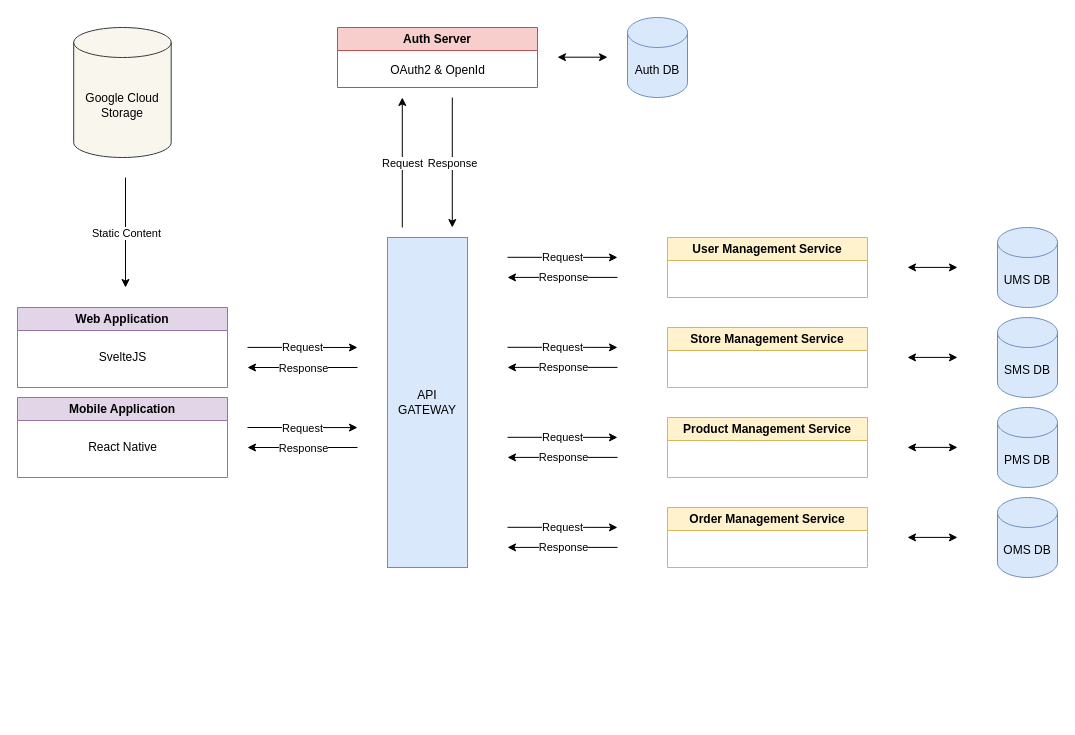
This is marketplace-diagram/MarketplaceApplication.drawio from AlibekAltynbek/draw.io, a draw.io file, before an edit. Source tidied: cells renumbered, new cells numbered last; positions are measured from the earlier drawing's top-left corner, leaving out a move shared by most shapes. Both pictures are drawn from the tidied source at 100%, with x=0, y=0 at pixel (17, 17).
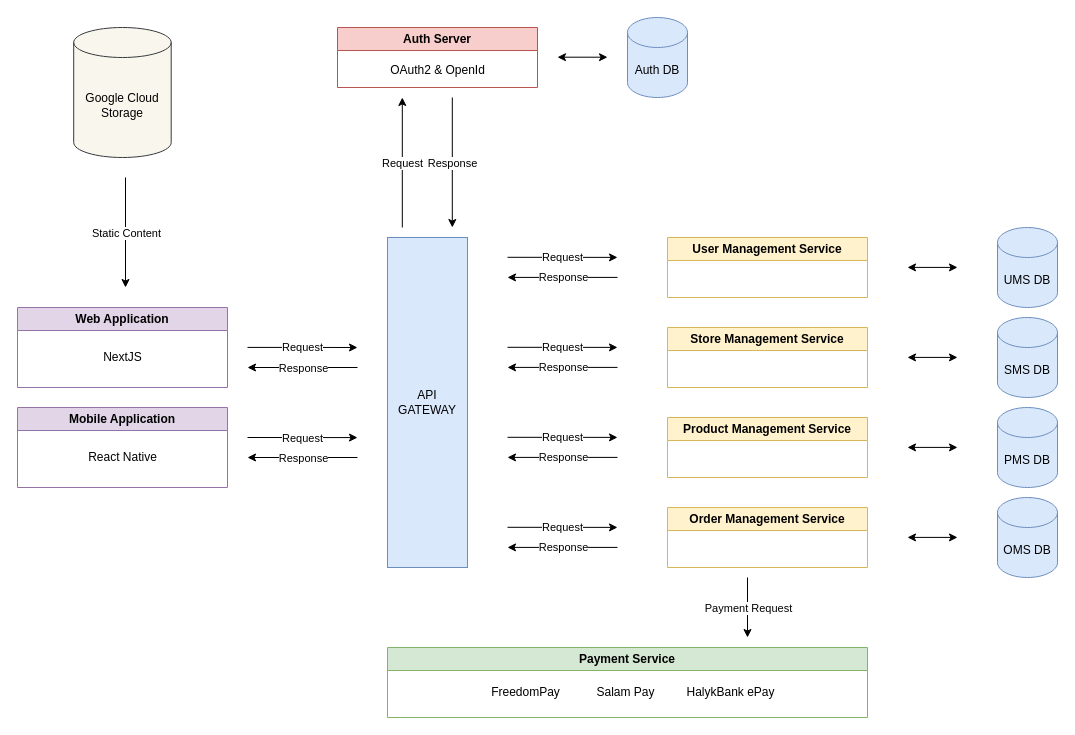
The same diagram, later.

Unchanged cells that the change refers to:
```xml
<mxCell id="2" value="Web Application" style="swimlane;whiteSpace=wrap;html=1;fillColor=#e1d5e7;strokeColor=#9673a6;" parent="1" vertex="1">
  <mxGeometry y="290" width="210" height="80" as="geometry" />
</mxCell>
```

What changed in the source:
```diff
@@
-    <mxCell id="3" value="SvelteJS" style="text;html=1;align=center;verticalAlign=middle;strokeColor=none;fillColor=none;" parent="2" vertex="1">
-      <mxGeometry x="70" y="35" width="70" height="30" as="geometry" />
+    <mxCell id="3" value="NextJS" style="text;html=1;align=center;verticalAlign=middle;strokeColor=none;fillColor=none;" parent="2" vertex="1">
+      <mxGeometry x="75" y="35" width="60" height="30" as="geometry" />
     </mxCell>
     <mxCell id="4" value="Mobile Application" style="swimlane;whiteSpace=wrap;html=1;fillColor=#e1d5e7;strokeColor=#9673a6;" parent="1" vertex="1">
-      <mxGeometry y="380" width="210" height="80" as="geometry" />
+      <mxGeometry y="390" width="210" height="80" as="geometry" />
     </mxCell>
@@
     <mxCell id="9" style="endArrow=classic;html=1;rounded=0;" parent="1" edge="1">
       <mxGeometry relative="1" as="geometry">
-        <mxPoint x="230" y="410" as="sourcePoint" />
-        <mxPoint x="340" y="410.1" as="targetPoint" />
+        <mxPoint x="230" y="420" as="sourcePoint" />
+        <mxPoint x="340" y="420.1" as="targetPoint" />
       </mxGeometry>
     </mxCell>
@@
     <mxCell id="13" style="endArrow=classic;html=1;rounded=0;" parent="1" edge="1">
       <mxGeometry relative="1" as="geometry">
-        <mxPoint x="340" y="430" as="sourcePoint" />
-        <mxPoint x="230" y="430" as="targetPoint" />
+        <mxPoint x="340" y="440" as="sourcePoint" />
+        <mxPoint x="230" y="440" as="targetPoint" />
       </mxGeometry>
     </mxCell>
@@
+    <mxCell id="54" value="Payment Service" style="swimlane;whiteSpace=wrap;html=1;fillColor=#d5e8d4;strokeColor=#82b366;" parent="1" vertex="1">
+      <mxGeometry x="370" y="630" width="480" height="70" as="geometry" />
+    </mxCell>
+    <mxCell id="55" value="FreedomPay" style="text;html=1;align=center;verticalAlign=middle;" parent="54" vertex="1">
+      <mxGeometry x="92.5" y="30" width="90" height="30" as="geometry" />
+    </mxCell>
+    <mxCell id="56" value="Salam Pay" style="text;html=1;align=center;verticalAlign=middle;" parent="54" vertex="1">
+      <mxGeometry x="197.5" y="30" width="80" height="30" as="geometry" />
+    </mxCell>
+    <mxCell id="57" value="HalykBank ePay" style="text;html=1;align=center;verticalAlign=middle;" parent="54" vertex="1">
+      <mxGeometry x="287.5" y="30" width="110" height="30" as="geometry" />
+    </mxCell>
+    <mxCell id="58" style="endArrow=classic;html=1;rounded=0;" parent="1" edge="1">
+      <mxGeometry relative="1" as="geometry">
+        <mxPoint x="730" y="560" as="sourcePoint" />
+        <mxPoint x="730" y="620" as="targetPoint" />
+      </mxGeometry>
+    </mxCell>
+    <mxCell id="59" value="Payment Request" style="edgeLabel;html=1;align=center;verticalAlign=middle;" parent="58" vertex="1">
+      <mxGeometry relative="1" as="geometry" />
+    </mxCell>
```
